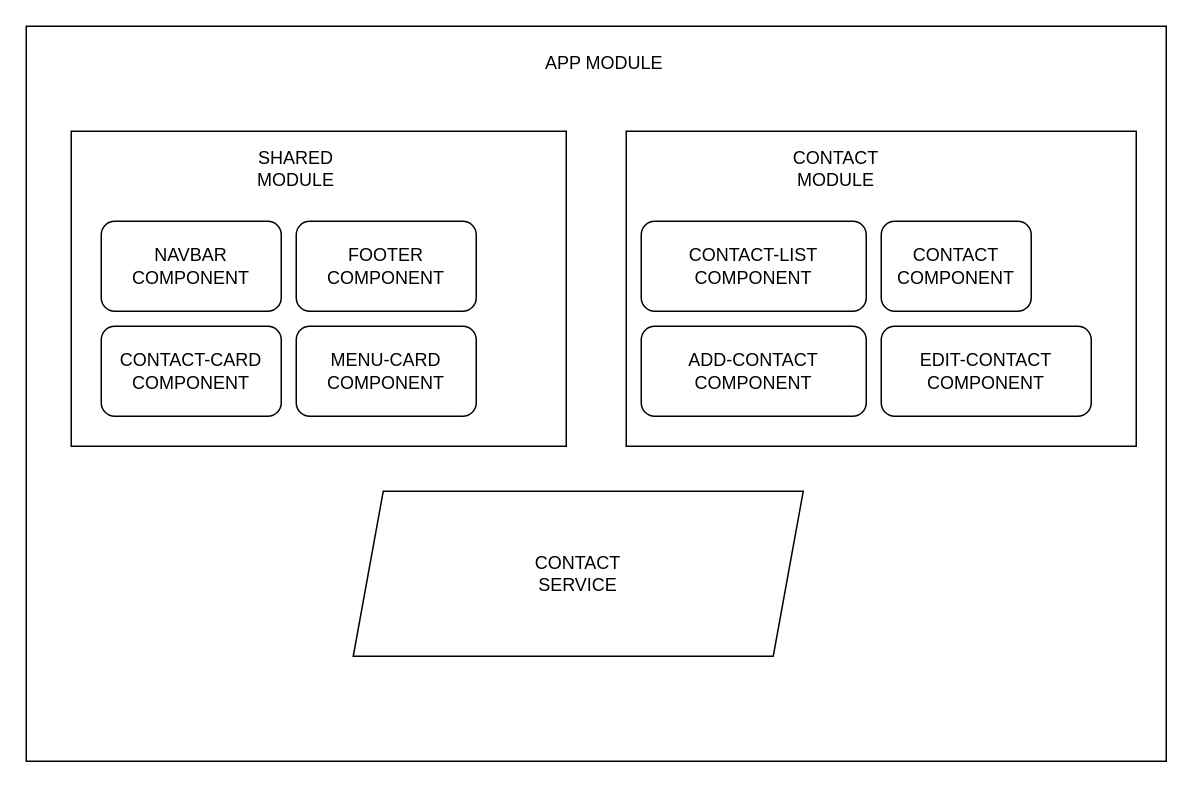
Before: src/assets/PhonebookArquitectureDiagram.drawio in juanpp94/phonebook, a draw.io diagram. Source tidied: cells renumbered, new cells numbered last; positions are measured from the earlier drawing's top-left corner, leaving out a move shared by most shapes. Both pictures are drawn from the tidied source at 150%, with x=0, y=0 at pixel (26, 26).
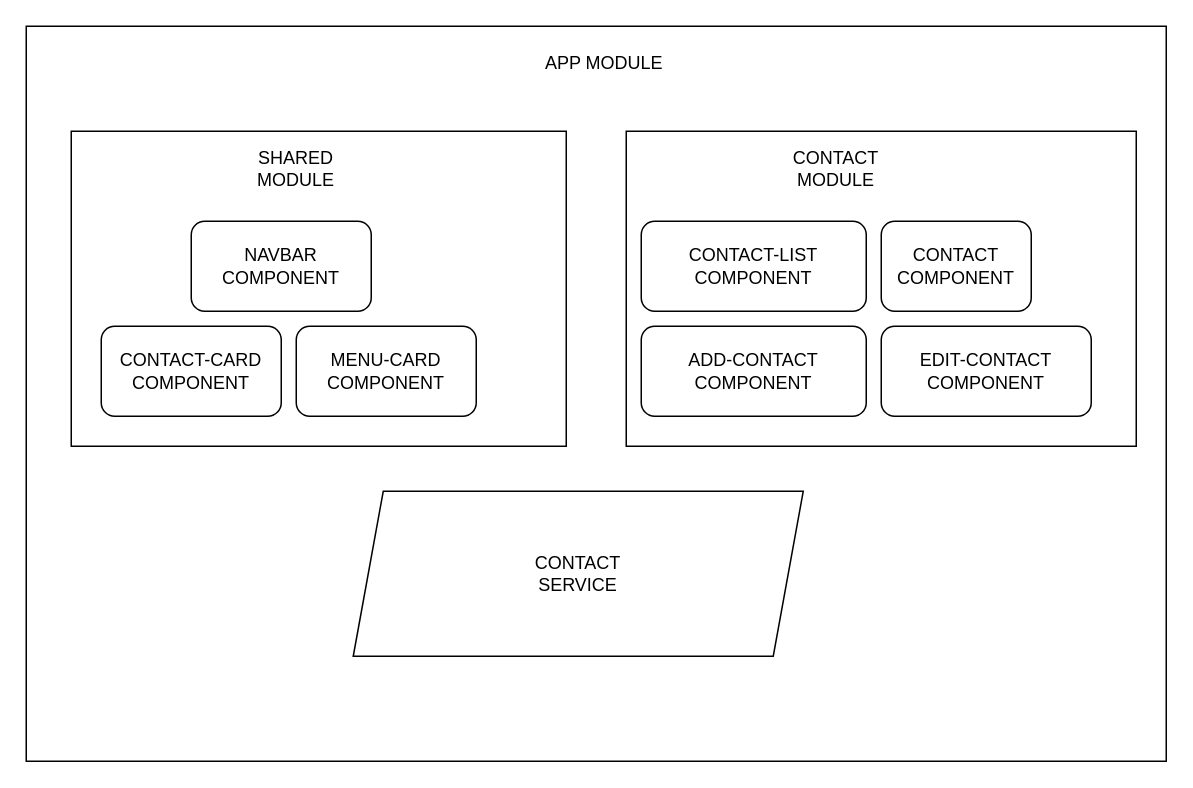
Above is the later version.

What changed in the source:
```diff
@@
     <mxCell id="6" style="rounded=1;whiteSpace=wrap;html=1;" parent="1" vertex="1">
-      <mxGeometry x="50" y="130" width="120" height="60" as="geometry" />
+      <mxGeometry x="110" y="130" width="120" height="60" as="geometry" />
     </mxCell>
     <mxCell id="7" value="NAVBAR COMPONENT" style="text;html=1;strokeColor=none;fillColor=none;align=center;verticalAlign=middle;whiteSpace=wrap;rounded=0;" parent="1" vertex="1">
-      <mxGeometry x="70" y="145" width="80" height="30" as="geometry" />
+      <mxGeometry x="130" y="145" width="80" height="30" as="geometry" />
     </mxCell>
-    <mxCell id="8" style="rounded=1;whiteSpace=wrap;html=1;" parent="1" vertex="1">
-      <mxGeometry x="180" y="130" width="120" height="60" as="geometry" />
-    </mxCell>
-    <mxCell id="9" value="FOOTER COMPONENT" style="text;html=1;strokeColor=none;fillColor=none;align=center;verticalAlign=middle;whiteSpace=wrap;rounded=0;" parent="1" vertex="1">
-      <mxGeometry x="200" y="145" width="80" height="30" as="geometry" />
-    </mxCell>
```
